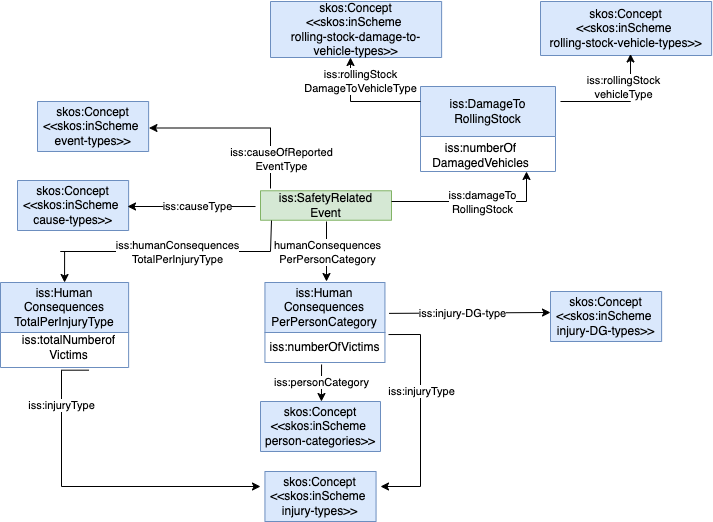
ocorcho/tests-widoco keeps this draw.io diagram as doc-iss/resources/images/ISS-ontology-Causes Consequences Damages.png. Above is the earlier version. Source tidied: cells renumbered, new cells last; positions are measured from the earlier drawing's top-left corner, leaving out a move shared by most shapes. Source of this version:
```xml
<mxGraphModel>
  <root>
    <mxCell id="0" />
    <mxCell id="1" parent="0" />
    <mxCell id="2" value="&lt;font style=&quot;font-size: 12px ; color: rgb(0 , 0 , 0) ; direction: ltr ; letter-spacing: 0px ; line-height: 120% ; opacity: 1&quot;&gt;iss:SafetyRelated&lt;br&gt;Event&lt;br&gt;&lt;/font&gt;" style="verticalAlign=middle;align=center;vsdxID=334;shape=(stored shape, 160 characters);labelBackgroundColor=none;rounded=0;html=1;whiteSpace=wrap;strokeColor=#82b366;fillColor=#d5e8d4;" parent="1" vertex="1">
      <mxGeometry x="260" y="189.3" width="131" height="29.5" as="geometry" />
    </mxCell>
    <mxCell id="3" value="&lt;font style=&quot;font-size: 12px ; color: rgb(0 , 0 , 0) ; direction: ltr ; letter-spacing: 0px ; line-height: 120% ; opacity: 1&quot;&gt;skos:Concept&lt;br&gt;&amp;lt;&amp;lt;skos:inScheme&amp;nbsp;&lt;br&gt;cause-types&amp;gt;&amp;gt;&lt;br&gt;&lt;/font&gt;" style="verticalAlign=middle;align=center;vsdxID=334;shape=(stored shape, 160 characters);labelBackgroundColor=none;rounded=0;html=1;whiteSpace=wrap;strokeColor=#6c8ebf;fillColor=#dae8fc;" parent="1" vertex="1">
      <mxGeometry x="17" y="179" width="111.1" height="50" as="geometry" />
    </mxCell>
    <mxCell id="4" style="endArrow=classic;html=1;rounded=0;exitX=-0.038;exitY=0.534;exitDx=0;exitDy=0;exitPerimeter=0;entryX=0.99;entryY=0.52;entryDx=0;entryDy=0;entryPerimeter=0;" parent="1" edge="1" source="2" target="3">
      <mxGeometry relative="1" as="geometry" />
    </mxCell>
    <mxCell id="5" value="iss:causeType" style="edgeLabel;html=1;align=center;verticalAlign=middle;" parent="4" vertex="1">
      <mxGeometry x="-0.07" y="3" relative="1" as="geometry">
        <mxPoint y="-4" as="offset" />
      </mxGeometry>
    </mxCell>
    <mxCell id="6" style="edgeStyle=orthogonalEdgeStyle;rounded=0;orthogonalLoop=1;jettySize=auto;html=1;startArrow=classic;startFill=1;endArrow=none;endFill=0;exitX=0.5;exitY=0;exitDx=0;exitDy=0;" parent="1" edge="1">
      <mxGeometry relative="1" as="geometry">
        <mxPoint x="326" y="280" as="sourcePoint" />
        <mxPoint x="326" y="220" as="targetPoint" />
        <Array as="points">
          <mxPoint x="326" y="220" />
        </Array>
      </mxGeometry>
    </mxCell>
    <mxCell id="7" value="humanConsequences&lt;br&gt;PerPersonCategory" style="edgeLabel;html=1;align=center;verticalAlign=middle;" parent="6" vertex="1">
      <mxGeometry x="0.45" y="3" relative="1" as="geometry">
        <mxPoint x="3" y="14" as="offset" />
      </mxGeometry>
    </mxCell>
    <mxCell id="8" value="&lt;font style=&quot;font-size: 12px ; color: rgb(0 , 0 , 0) ; direction: ltr ; letter-spacing: 0px ; line-height: 120% ; opacity: 1&quot;&gt;skos:Concept&lt;br&gt;&amp;lt;&amp;lt;skos:inScheme&amp;nbsp;&lt;br&gt;person-categories&amp;gt;&amp;gt;&lt;br&gt;&lt;/font&gt;" style="verticalAlign=middle;align=center;vsdxID=334;shape=(stored shape, 160 characters);labelBackgroundColor=none;rounded=0;html=1;whiteSpace=wrap;strokeColor=#6c8ebf;fillColor=#dae8fc;" parent="1" vertex="1">
      <mxGeometry x="260" y="400" width="120" height="50" as="geometry" />
    </mxCell>
    <mxCell id="9" value="&lt;font style=&quot;font-size: 12px ; color: rgb(0 , 0 , 0) ; direction: ltr ; letter-spacing: 0px ; line-height: 120% ; opacity: 1&quot;&gt;skos:Concept&lt;br&gt;&amp;lt;&amp;lt;skos:inScheme&amp;nbsp;&lt;br&gt;injury-types&amp;gt;&amp;gt;&lt;br&gt;&lt;/font&gt;" style="verticalAlign=middle;align=center;vsdxID=334;shape=(stored shape, 160 characters);labelBackgroundColor=none;rounded=0;html=1;whiteSpace=wrap;strokeColor=#6c8ebf;fillColor=#dae8fc;" parent="1" vertex="1">
      <mxGeometry x="264.4" y="470" width="111.1" height="50" as="geometry" />
    </mxCell>
    <mxCell id="10" value="&lt;font style=&quot;font-size: 12px ; color: rgb(0 , 0 , 0) ; direction: ltr ; letter-spacing: 0px ; line-height: 120% ; opacity: 1&quot;&gt;skos:Concept&lt;br&gt;&amp;lt;&amp;lt;skos:inScheme&amp;nbsp;&lt;br&gt;injury-DG-types&amp;gt;&amp;gt;&lt;br&gt;&lt;/font&gt;" style="verticalAlign=middle;align=center;vsdxID=334;shape=(stored shape, 160 characters);labelBackgroundColor=none;rounded=0;html=1;whiteSpace=wrap;strokeColor=#6c8ebf;fillColor=#dae8fc;" parent="1" vertex="1">
      <mxGeometry x="550" y="290" width="111.1" height="50" as="geometry" />
    </mxCell>
    <mxCell id="11" value="&lt;font style=&quot;font-size: 12px ; color: rgb(0 , 0 , 0) ; direction: ltr ; letter-spacing: 0px ; line-height: 120% ; opacity: 1&quot;&gt;skos:Concept&lt;br&gt;&amp;lt;&amp;lt;skos:inScheme&amp;nbsp;&lt;br&gt;event-types&amp;gt;&amp;gt;&lt;br&gt;&lt;/font&gt;" style="verticalAlign=middle;align=center;vsdxID=334;shape=(stored shape, 160 characters);labelBackgroundColor=none;rounded=0;html=1;whiteSpace=wrap;strokeColor=#6c8ebf;fillColor=#dae8fc;" parent="1" vertex="1">
      <mxGeometry x="37" y="100" width="111.1" height="50" as="geometry" />
    </mxCell>
    <mxCell id="12" style="edgeStyle=orthogonalEdgeStyle;rounded=0;jettySize=auto;html=1;startArrow=classic;startFill=1;endArrow=none;endFill=0;exitX=1.003;exitY=0.53;exitDx=0;exitDy=0;exitPerimeter=0;" parent="1" edge="1" source="11">
      <mxGeometry relative="1" as="geometry">
        <mxPoint x="270" y="187" as="targetPoint" />
        <Array as="points">
          <mxPoint x="270" y="127" />
          <mxPoint x="270" y="187" />
        </Array>
      </mxGeometry>
    </mxCell>
    <mxCell id="13" value="iss:causeOfReported&lt;br&gt;EventType" style="edgeLabel;html=1;align=center;verticalAlign=middle;" parent="12" vertex="1">
      <mxGeometry x="0.45" y="3" relative="1" as="geometry">
        <mxPoint x="7" y="21" as="offset" />
      </mxGeometry>
    </mxCell>
    <mxCell id="14" value="&lt;span style=&quot;font-weight: normal;&quot;&gt;iss:DamageTo&lt;br&gt;RollingStock&lt;/span&gt;" style="swimlane;whiteSpace=wrap;html=1;startSize=50;fillColor=#dae8fc;strokeColor=#6c8ebf;" parent="1" vertex="1">
      <mxGeometry x="420" y="85" width="135" height="85" as="geometry" />
    </mxCell>
    <mxCell id="15" value="iss:numberOf&lt;br&gt;DamagedVehicles" style="text;html=1;align=center;verticalAlign=middle;strokeColor=none;fillColor=none;" parent="14" vertex="1">
      <mxGeometry y="49" width="120" height="40" as="geometry" />
    </mxCell>
    <mxCell id="16" value="&lt;font style=&quot;font-size: 12px ; color: rgb(0 , 0 , 0) ; direction: ltr ; letter-spacing: 0px ; line-height: 120% ; opacity: 1&quot;&gt;skos:Concept&lt;br&gt;&amp;lt;&amp;lt;skos:inScheme&amp;nbsp;&lt;br&gt;rolling-stock-damage-to-vehicle-types&amp;gt;&amp;gt;&lt;br&gt;&lt;/font&gt;" style="verticalAlign=middle;align=center;vsdxID=334;shape=(stored shape, 160 characters);labelBackgroundColor=none;rounded=0;html=1;whiteSpace=wrap;strokeColor=#6c8ebf;fillColor=#dae8fc;" parent="1" vertex="1">
      <mxGeometry x="270" width="171.1" height="56" as="geometry" />
    </mxCell>
    <mxCell id="17" value="&lt;font style=&quot;font-size: 12px ; color: rgb(0 , 0 , 0) ; direction: ltr ; letter-spacing: 0px ; line-height: 120% ; opacity: 1&quot;&gt;skos:Concept&lt;br&gt;&amp;lt;&amp;lt;skos:inScheme&amp;nbsp;&lt;br&gt;rolling-stock-vehicle-types&amp;gt;&amp;gt;&lt;br&gt;&lt;/font&gt;" style="verticalAlign=middle;align=center;vsdxID=334;shape=(stored shape, 160 characters);labelBackgroundColor=none;rounded=0;html=1;whiteSpace=wrap;strokeColor=#6c8ebf;fillColor=#dae8fc;" parent="1" vertex="1">
      <mxGeometry x="540" width="171.1" height="54" as="geometry" />
    </mxCell>
    <mxCell id="18" style="edgeStyle=orthogonalEdgeStyle;rounded=0;jettySize=auto;html=1;startArrow=classic;startFill=1;endArrow=none;endFill=0;exitX=0.526;exitY=0.972;exitDx=0;exitDy=0;exitPerimeter=0;" parent="1" edge="1" source="17">
      <mxGeometry relative="1" as="geometry">
        <mxPoint x="560" y="100" as="targetPoint" />
        <Array as="points">
          <mxPoint x="630" y="100" />
        </Array>
      </mxGeometry>
    </mxCell>
    <mxCell id="19" value="iss:rollingStock&lt;br&gt;vehicleType" style="edgeLabel;html=1;align=center;verticalAlign=middle;" parent="18" vertex="1">
      <mxGeometry x="0.45" y="3" relative="1" as="geometry">
        <mxPoint x="30" y="-18" as="offset" />
      </mxGeometry>
    </mxCell>
    <mxCell id="20" style="edgeStyle=orthogonalEdgeStyle;rounded=0;jettySize=auto;html=1;startArrow=classic;startFill=1;endArrow=none;endFill=0;" parent="1" edge="1" source="16">
      <mxGeometry relative="1" as="geometry">
        <mxPoint x="420" y="100" as="targetPoint" />
        <Array as="points">
          <mxPoint x="350" y="100" />
          <mxPoint x="420" y="100" />
        </Array>
      </mxGeometry>
    </mxCell>
    <mxCell id="21" value="iss:rollingStock&lt;br&gt;DamageToVehicleType" style="edgeLabel;html=1;align=center;verticalAlign=middle;" parent="20" vertex="1">
      <mxGeometry x="0.45" y="3" relative="1" as="geometry">
        <mxPoint x="-30" y="-18" as="offset" />
      </mxGeometry>
    </mxCell>
    <mxCell id="22" style="edgeStyle=orthogonalEdgeStyle;rounded=0;orthogonalLoop=1;jettySize=auto;html=1;startArrow=classic;startFill=1;endArrow=none;endFill=0;" parent="1" edge="1">
      <mxGeometry relative="1" as="geometry">
        <mxPoint x="526" y="170" as="sourcePoint" />
        <mxPoint x="391" y="200" as="targetPoint" />
        <Array as="points">
          <mxPoint x="472" y="200" />
          <mxPoint x="391" y="200" />
        </Array>
      </mxGeometry>
    </mxCell>
    <mxCell id="23" value="iss:damageTo&lt;br&gt;RollingStock" style="edgeLabel;html=1;align=center;verticalAlign=middle;" parent="22" vertex="1">
      <mxGeometry x="0.45" y="3" relative="1" as="geometry">
        <mxPoint x="45" y="-3" as="offset" />
      </mxGeometry>
    </mxCell>
    <mxCell id="24" style="edgeStyle=orthogonalEdgeStyle;rounded=0;jettySize=auto;html=1;entryX=0.67;entryY=1.067;entryDx=0;entryDy=0;startArrow=classic;startFill=1;endArrow=none;endFill=0;exitX=-0.04;exitY=0.3;exitDx=0;exitDy=0;exitPerimeter=0;entryPerimeter=0;" parent="1" edge="1" source="9" target="31">
      <mxGeometry relative="1" as="geometry">
        <Array as="points">
          <mxPoint x="61" y="485" />
        </Array>
      </mxGeometry>
    </mxCell>
    <mxCell id="25" value="iss:injuryType" style="edgeLabel;html=1;align=center;verticalAlign=middle;" parent="24" vertex="1">
      <mxGeometry x="0.45" y="3" relative="1" as="geometry">
        <mxPoint x="2" y="-31" as="offset" />
      </mxGeometry>
    </mxCell>
    <mxCell id="26" style="endArrow=classic;html=1;rounded=0;exitX=1.025;exitY=0.375;exitDx=0;exitDy=0;exitPerimeter=0;entryX=0;entryY=0.42;entryDx=0;entryDy=0;entryPerimeter=0;" parent="1" edge="1" target="10">
      <mxGeometry relative="1" as="geometry">
        <mxPoint x="388.5" y="311.9" as="sourcePoint" />
      </mxGeometry>
    </mxCell>
    <mxCell id="27" value="iss:injury-DG-type" style="edgeLabel;html=1;align=center;verticalAlign=middle;" parent="26" vertex="1">
      <mxGeometry x="-0.1" relative="1" as="geometry" />
    </mxCell>
    <mxCell id="28" style="edgeStyle=orthogonalEdgeStyle;rounded=0;orthogonalLoop=1;jettySize=auto;html=1;entryX=1.021;entryY=0.624;entryDx=0;entryDy=0;startArrow=classic;startFill=1;endArrow=none;endFill=0;entryPerimeter=0;" parent="1" edge="1">
      <mxGeometry relative="1" as="geometry">
        <mxPoint x="380" y="485" as="sourcePoint" />
        <mxPoint x="388" y="333" as="targetPoint" />
        <Array as="points">
          <mxPoint x="420" y="485" />
          <mxPoint x="420" y="333" />
        </Array>
      </mxGeometry>
    </mxCell>
    <mxCell id="29" value="iss:injuryType" style="edgeLabel;html=1;align=center;verticalAlign=middle;" parent="28" vertex="1">
      <mxGeometry x="0.45" y="3" relative="1" as="geometry">
        <mxPoint x="3" y="27" as="offset" />
      </mxGeometry>
    </mxCell>
    <mxCell id="30" value="&lt;span style=&quot;font-weight: normal;&quot;&gt;iss:Human&lt;br style=&quot;border-color: var(--border-color);&quot;&gt;Consequences&lt;br style=&quot;border-color: var(--border-color);&quot;&gt;TotalPerInjuryType&lt;/span&gt;" style="swimlane;whiteSpace=wrap;html=1;startSize=50;fillColor=#dae8fc;strokeColor=#6c8ebf;" parent="1" vertex="1">
      <mxGeometry y="281" width="128.1" height="85" as="geometry" />
    </mxCell>
    <mxCell id="31" value="iss:totalNumberof&lt;br&gt;Victims" style="text;html=1;align=center;verticalAlign=middle;points=[];strokeColor=none;fillColor=none;" parent="30" vertex="1">
      <mxGeometry x="8.1" y="45" width="120" height="40" as="geometry" />
    </mxCell>
    <mxCell id="32" style="edgeStyle=orthogonalEdgeStyle;rounded=0;jettySize=auto;html=1;startArrow=classic;startFill=1;endArrow=none;endFill=0;exitX=0.5;exitY=0;exitDx=0;exitDy=0;entryX=0.084;entryY=1.009;entryDx=0;entryDy=0;entryPerimeter=0;" parent="1" edge="1" source="30" target="2">
      <mxGeometry relative="1" as="geometry">
        <Array as="points">
          <mxPoint x="60" y="250" />
          <mxPoint x="270" y="250" />
          <mxPoint x="270" y="220" />
        </Array>
      </mxGeometry>
    </mxCell>
    <mxCell id="33" value="iss:humanConsequences&lt;br&gt;TotalPerInjuryType" style="edgeLabel;html=1;align=center;verticalAlign=middle;" parent="32" vertex="1">
      <mxGeometry x="0.45" y="3" relative="1" as="geometry">
        <mxPoint x="-49" y="3" as="offset" />
      </mxGeometry>
    </mxCell>
    <mxCell id="34" value="&lt;span style=&quot;font-weight: normal;&quot;&gt;iss:Human&lt;br&gt;Consequences&lt;br&gt;PerPersonCategory&lt;/span&gt;" style="swimlane;whiteSpace=wrap;html=1;startSize=50;fillColor=#dae8fc;strokeColor=#6c8ebf;" parent="1" vertex="1">
      <mxGeometry x="264.4" y="281" width="120" height="80" as="geometry" />
    </mxCell>
    <mxCell id="35" value="iss:numberOfVictims" style="text;html=1;align=center;verticalAlign=middle;points=[];strokeColor=none;fillColor=none;" parent="34" vertex="1">
      <mxGeometry x="-5" y="50" width="130" height="30" as="geometry" />
    </mxCell>
    <mxCell id="36" value="iss:personCategory" style="endArrow=classic;html=1;rounded=0;fontFamily=Helvetica;fontSize=11;fontColor=default;entryX=0.508;entryY=0;entryDx=0;entryDy=0;entryPerimeter=0;exitX=0.474;exitY=1.067;exitDx=0;exitDy=0;exitPerimeter=0;" parent="1" edge="1" source="35" target="8">
      <mxGeometry relative="1" as="geometry">
        <Array as="points">
          <mxPoint x="321" y="380" />
        </Array>
      </mxGeometry>
    </mxCell>
  </root>
</mxGraphModel>
```
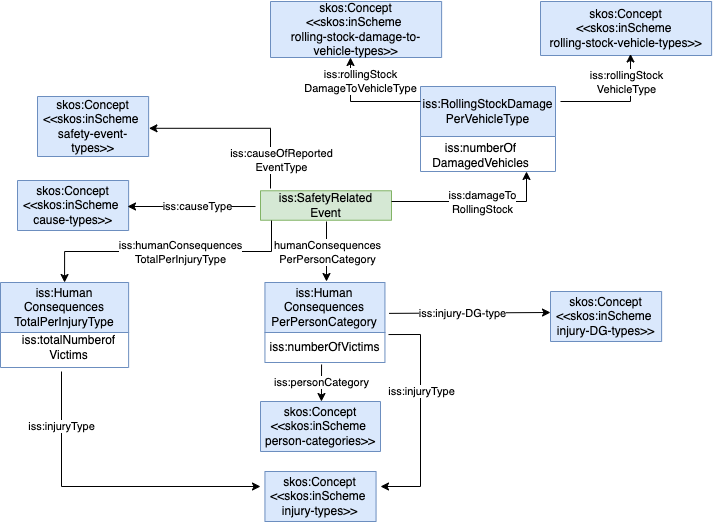
The same diagram one commit later.

Diff of the diagram source:
```diff
@@ -39,8 +39,8 @@
     <mxCell id="10" value="&lt;font style=&quot;font-size: 12px ; color: rgb(0 , 0 , 0) ; direction: ltr ; letter-spacing: 0px ; line-height: 120% ; opacity: 1&quot;&gt;skos:Concept&lt;br&gt;&amp;lt;&amp;lt;skos:inScheme&amp;nbsp;&lt;br&gt;injury-DG-types&amp;gt;&amp;gt;&lt;br&gt;&lt;/font&gt;" style="verticalAlign=middle;align=center;vsdxID=334;shape=(stored shape, 160 characters);labelBackgroundColor=none;rounded=0;html=1;whiteSpace=wrap;strokeColor=#6c8ebf;fillColor=#dae8fc;" parent="1" vertex="1">
       <mxGeometry x="550" y="290" width="111.1" height="50" as="geometry" />
     </mxCell>
-    <mxCell id="11" value="&lt;font style=&quot;font-size: 12px ; color: rgb(0 , 0 , 0) ; direction: ltr ; letter-spacing: 0px ; line-height: 120% ; opacity: 1&quot;&gt;skos:Concept&lt;br&gt;&amp;lt;&amp;lt;skos:inScheme&amp;nbsp;&lt;br&gt;event-types&amp;gt;&amp;gt;&lt;br&gt;&lt;/font&gt;" style="verticalAlign=middle;align=center;vsdxID=334;shape=(stored shape, 160 characters);labelBackgroundColor=none;rounded=0;html=1;whiteSpace=wrap;strokeColor=#6c8ebf;fillColor=#dae8fc;" parent="1" vertex="1">
-      <mxGeometry x="37" y="100" width="111.1" height="50" as="geometry" />
+    <mxCell id="11" value="&lt;font style=&quot;font-size: 12px ; color: rgb(0 , 0 , 0) ; direction: ltr ; letter-spacing: 0px ; line-height: 120% ; opacity: 1&quot;&gt;skos:Concept&lt;br&gt;&amp;lt;&amp;lt;skos:inScheme&amp;nbsp;&lt;br&gt;safety-event-types&amp;gt;&amp;gt;&lt;br&gt;&lt;/font&gt;" style="verticalAlign=middle;align=center;vsdxID=334;shape=(stored shape, 160 characters);labelBackgroundColor=none;rounded=0;html=1;whiteSpace=wrap;strokeColor=#6c8ebf;fillColor=#dae8fc;" parent="1" vertex="1">
+      <mxGeometry x="37" y="95" width="111.1" height="60" as="geometry" />
     </mxCell>
     <mxCell id="12" style="edgeStyle=orthogonalEdgeStyle;rounded=0;jettySize=auto;html=1;startArrow=classic;startFill=1;endArrow=none;endFill=0;exitX=1.003;exitY=0.53;exitDx=0;exitDy=0;exitPerimeter=0;" parent="1" edge="1" source="11">
       <mxGeometry relative="1" as="geometry">
@@ -56,7 +56,7 @@
         <mxPoint x="7" y="21" as="offset" />
       </mxGeometry>
     </mxCell>
-    <mxCell id="14" value="&lt;span style=&quot;font-weight: normal;&quot;&gt;iss:DamageTo&lt;br&gt;RollingStock&lt;/span&gt;" style="swimlane;whiteSpace=wrap;html=1;startSize=50;fillColor=#dae8fc;strokeColor=#6c8ebf;" parent="1" vertex="1">
+    <mxCell id="14" value="&lt;span style=&quot;font-weight: normal;&quot;&gt;iss:RollingStockDamage&lt;br&gt;PerVehicleType&lt;br&gt;&lt;/span&gt;" style="swimlane;whiteSpace=wrap;html=1;startSize=50;fillColor=#dae8fc;strokeColor=#6c8ebf;" parent="1" vertex="1">
       <mxGeometry x="420" y="85" width="135" height="85" as="geometry" />
     </mxCell>
     <mxCell id="15" value="iss:numberOf&lt;br&gt;DamagedVehicles" style="text;html=1;align=center;verticalAlign=middle;strokeColor=none;fillColor=none;" parent="14" vertex="1">
@@ -76,9 +76,9 @@
         </Array>
       </mxGeometry>
     </mxCell>
-    <mxCell id="19" value="iss:rollingStock&lt;br&gt;vehicleType" style="edgeLabel;html=1;align=center;verticalAlign=middle;" parent="18" vertex="1">
+    <mxCell id="19" value="iss:rollingStock&lt;br&gt;VehicleType" style="edgeLabel;html=1;align=center;verticalAlign=middle;" parent="18" vertex="1">
       <mxGeometry x="0.45" y="3" relative="1" as="geometry">
-        <mxPoint x="30" y="-18" as="offset" />
+        <mxPoint x="33" y="-23" as="offset" />
       </mxGeometry>
     </mxCell>
     <mxCell id="20" style="edgeStyle=orthogonalEdgeStyle;rounded=0;jettySize=auto;html=1;startArrow=classic;startFill=1;endArrow=none;endFill=0;" parent="1" edge="1" source="16">
@@ -110,10 +110,12 @@
         <mxPoint x="45" y="-3" as="offset" />
       </mxGeometry>
     </mxCell>
-    <mxCell id="24" style="edgeStyle=orthogonalEdgeStyle;rounded=0;jettySize=auto;html=1;entryX=0.67;entryY=1.067;entryDx=0;entryDy=0;startArrow=classic;startFill=1;endArrow=none;endFill=0;exitX=-0.04;exitY=0.3;exitDx=0;exitDy=0;exitPerimeter=0;entryPerimeter=0;" parent="1" edge="1" source="9" target="31">
+    <mxCell id="24" style="edgeStyle=orthogonalEdgeStyle;rounded=0;jettySize=auto;html=1;startArrow=classic;startFill=1;endArrow=none;endFill=0;exitX=-0.04;exitY=0.3;exitDx=0;exitDy=0;exitPerimeter=0;" parent="1" edge="1" source="9">
       <mxGeometry relative="1" as="geometry">
+        <mxPoint x="61" y="370" as="targetPoint" />
         <Array as="points">
           <mxPoint x="61" y="485" />
+          <mxPoint x="61" y="369" />
         </Array>
       </mxGeometry>
     </mxCell>
@@ -154,9 +156,8 @@
     <mxCell id="32" style="edgeStyle=orthogonalEdgeStyle;rounded=0;jettySize=auto;html=1;startArrow=classic;startFill=1;endArrow=none;endFill=0;exitX=0.5;exitY=0;exitDx=0;exitDy=0;entryX=0.084;entryY=1.009;entryDx=0;entryDy=0;entryPerimeter=0;" parent="1" edge="1" source="30" target="2">
       <mxGeometry relative="1" as="geometry">
         <Array as="points">
-          <mxPoint x="60" y="250" />
-          <mxPoint x="270" y="250" />
-          <mxPoint x="270" y="220" />
+          <mxPoint x="64" y="250" />
+          <mxPoint x="271" y="250" />
         </Array>
       </mxGeometry>
     </mxCell>
```
